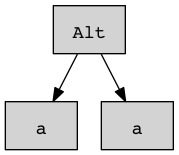
ladinu/cs321 keeps this Graphviz diagram as hw2/lexertour/ast.png. Above is the earlier version. Its source is kept beside it as hw2/lexertour/ast.dot. The source it was exported from:
```dot
digraph AST {
node [shape=box style=filled fontname=Courier];
0[label="Seq"];
0 -> 1;
1[label="c"];
0 -> 2;
2[label="c"];
}
```
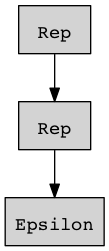
The same file after the commit.

What changed in the source:
```diff
@@ -2,7 +2,29 @@
 node [shape=box style=filled fontname=Courier];
 0[label="Seq"];
 0 -> 1;
-1[label="c"];
-0 -> 2;
-2[label="c"];
+1[label="Rep"];
+1 -> 2;
+2[label="1"];
+0 -> 3;
+3[label="Seq"];
+3 -> 4;
+4[label="Rep"];
+4 -> 5;
+5[label="2"];
+3 -> 6;
+6[label="Seq"];
+6 -> 7;
+7[label="Rep"];
+7 -> 8;
+8[label="3"];
+6 -> 9;
+9[label="Seq"];
+9 -> 10;
+10[label="Rep"];
+10 -> 11;
+11[label="4"];
+9 -> 12;
+12[label="Rep"];
+12 -> 13;
+13[label="5"];
 }
```
